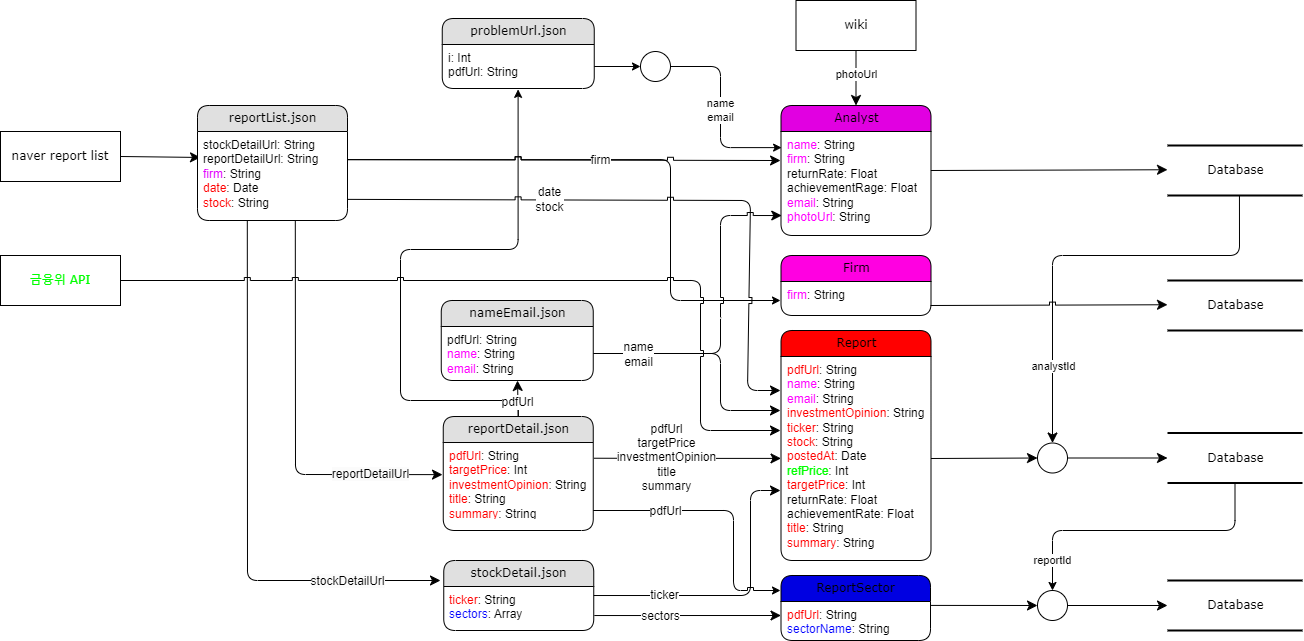
The draw.io diagram diagram/DataFlow.drawio.png in PDA-stockX/research-crawling, before a commit. Source tidied: cells renumbered, new cells last; positions are measured from the earlier drawing's top-left corner, leaving out a move shared by most shapes.
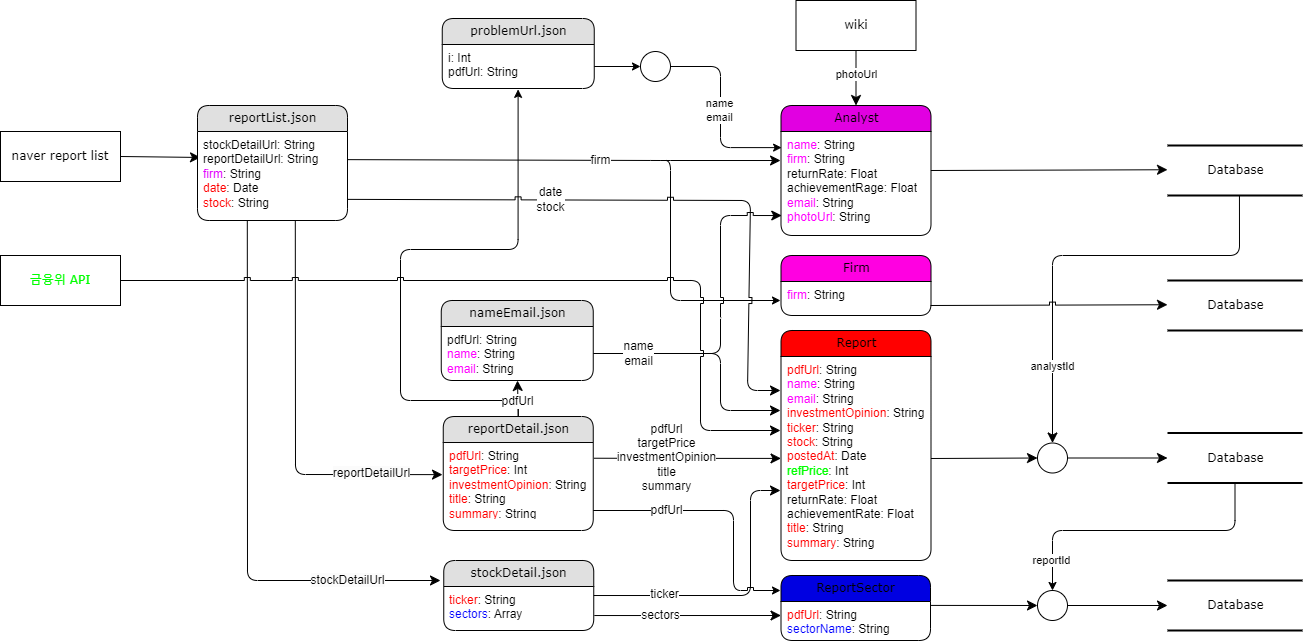
Above is the later version.

What changed in the source:
```diff
@@ -35,11 +35,11 @@
         </Array>
       </mxGeometry>
     </mxCell>
-    <mxCell id="7" style="edgeStyle=orthogonalEdgeStyle;rounded=1;jettySize=auto;html=1;curved=0;jumpStyle=sharp;exitX=0.997;exitY=0.335;exitDx=0;exitDy=0;exitPerimeter=0;" parent="1" edge="1" source="12">
+    <mxCell id="7" style="edgeStyle=orthogonalEdgeStyle;rounded=1;orthogonalLoop=1;jettySize=auto;html=1;curved=0;jumpStyle=sharp;" parent="1" edge="1">
       <mxGeometry relative="1" as="geometry">
+        <mxPoint x="660" y="160" as="sourcePoint" />
         <mxPoint x="780" y="300" as="targetPoint" />
         <Array as="points">
-          <mxPoint x="670" y="159" />
           <mxPoint x="670" y="300" />
         </Array>
       </mxGeometry>
@@ -80,8 +80,12 @@
     <mxCell id="17" value="&lt;font color=&quot;#ff00ff&quot;&gt;name&lt;/font&gt;: String&lt;div&gt;&lt;font color=&quot;#ff00ff&quot;&gt;firm&lt;/font&gt;: String&lt;/div&gt;&lt;div&gt;returnRate: Float&lt;/div&gt;&lt;div&gt;achievementRage: Float&lt;/div&gt;&lt;div&gt;&lt;font color=&quot;#ff00ff&quot;&gt;email&lt;/font&gt;: String&lt;/div&gt;&lt;div&gt;&lt;font color=&quot;#ff00ff&quot;&gt;photoUrl&lt;/font&gt;: String&lt;/div&gt;" style="text;html=1;strokeColor=none;fillColor=none;spacingLeft=4;spacingRight=4;whiteSpace=wrap;overflow=hidden;points=[[0,0.5],[1,0.5]];portConstraint=eastwest;align=left;" parent="16" vertex="1">
       <mxGeometry y="26" width="150" height="104" as="geometry" />
     </mxCell>
-    <mxCell id="18" style="edgeStyle=none;html=1;labelBackgroundColor=none;startFill=0;startSize=8;endFill=1;endSize=8;fontFamily=Verdana;fontSize=12;jumpStyle=sharp;entryX=-0.003;entryY=0.279;entryDx=0;entryDy=0;entryPerimeter=0;exitX=1;exitY=0.335;exitDx=0;exitDy=0;exitPerimeter=0;" parent="1" edge="1" source="12" target="17">
-      <mxGeometry relative="1" as="geometry" />
+    <mxCell id="18" style="edgeStyle=none;html=1;labelBackgroundColor=none;startFill=0;startSize=8;endFill=1;endSize=8;fontFamily=Verdana;fontSize=12;jumpStyle=none;entryX=-0.003;entryY=0.279;entryDx=0;entryDy=0;entryPerimeter=0;exitX=1;exitY=0.335;exitDx=0;exitDy=0;exitPerimeter=0;" parent="1" edge="1" source="12" target="17">
+      <mxGeometry relative="1" as="geometry">
+        <Array as="points">
+          <mxPoint x="660" y="160" />
+        </Array>
+      </mxGeometry>
     </mxCell>
     <mxCell id="19" value="firm" style="edgeLabel;html=1;align=center;verticalAlign=middle;fontSize=12;fontFamily=Helvetica;fontColor=default;labelBackgroundColor=default;" parent="18" vertex="1">
       <mxGeometry x="0.17" relative="1" as="geometry" />
```
